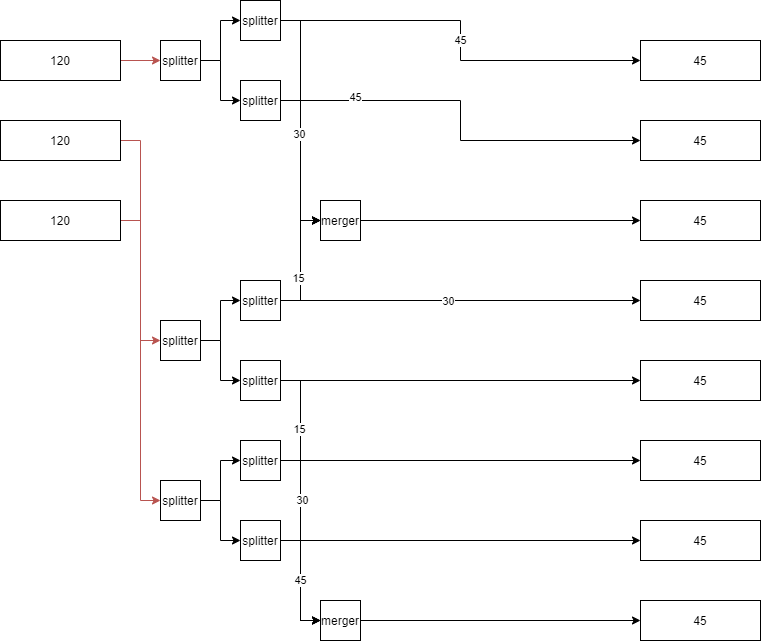
The draw.io diagram coal_gen_1.PNG in Mac898/Satisfactory-Supply-Chains, before a commit. Source tidied: cells renumbered, new cells last; positions are measured from the earlier drawing's top-left corner, leaving out a move shared by most shapes.
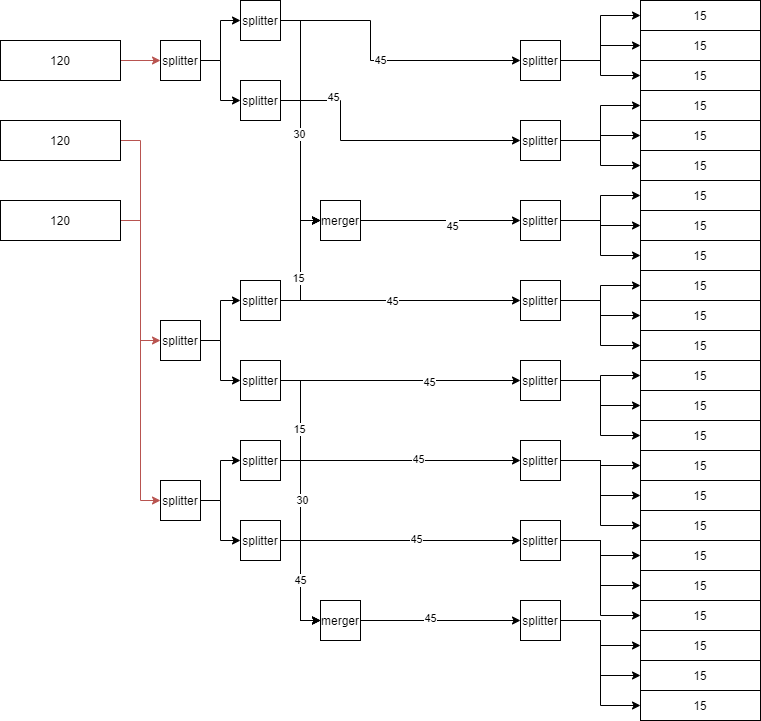
Above is the later version.

Commit message:
fix coal power

Change to the diagram source:
```diff
@@ -25,29 +25,29 @@
     <mxCell id="7" value="120" style="rounded=0;whiteSpace=wrap;html=1;" parent="1" vertex="1">
       <mxGeometry y="200" width="120" height="40" as="geometry" />
     </mxCell>
-    <mxCell id="8" value="45" style="rounded=0;whiteSpace=wrap;html=1;" parent="1" vertex="1">
-      <mxGeometry x="640" y="40" width="120" height="40" as="geometry" />
+    <mxCell id="8" value="15" style="rounded=0;whiteSpace=wrap;html=1;" parent="1" vertex="1">
+      <mxGeometry x="640" width="120" height="30" as="geometry" />
     </mxCell>
-    <mxCell id="9" value="45" style="rounded=0;whiteSpace=wrap;html=1;" parent="1" vertex="1">
-      <mxGeometry x="640" y="120" width="120" height="40" as="geometry" />
+    <mxCell id="9" value="15" style="rounded=0;whiteSpace=wrap;html=1;" parent="1" vertex="1">
+      <mxGeometry x="640" y="90" width="120" height="30" as="geometry" />
     </mxCell>
-    <mxCell id="10" value="45" style="rounded=0;whiteSpace=wrap;html=1;" parent="1" vertex="1">
-      <mxGeometry x="640" y="200" width="120" height="40" as="geometry" />
+    <mxCell id="10" value="15" style="rounded=0;whiteSpace=wrap;html=1;" parent="1" vertex="1">
+      <mxGeometry x="640" y="150" width="120" height="30" as="geometry" />
     </mxCell>
-    <mxCell id="11" value="45" style="rounded=0;whiteSpace=wrap;html=1;" parent="1" vertex="1">
-      <mxGeometry x="640" y="280" width="120" height="40" as="geometry" />
+    <mxCell id="11" value="15" style="rounded=0;whiteSpace=wrap;html=1;" parent="1" vertex="1">
+      <mxGeometry x="640" y="210" width="120" height="30" as="geometry" />
     </mxCell>
-    <mxCell id="12" value="45" style="rounded=0;whiteSpace=wrap;html=1;" parent="1" vertex="1">
-      <mxGeometry x="640" y="360" width="120" height="40" as="geometry" />
+    <mxCell id="12" value="15" style="rounded=0;whiteSpace=wrap;html=1;" parent="1" vertex="1">
+      <mxGeometry x="640" y="270" width="120" height="30" as="geometry" />
     </mxCell>
-    <mxCell id="13" value="45" style="rounded=0;whiteSpace=wrap;html=1;" parent="1" vertex="1">
-      <mxGeometry x="640" y="440" width="120" height="40" as="geometry" />
+    <mxCell id="13" value="15" style="rounded=0;whiteSpace=wrap;html=1;" parent="1" vertex="1">
+      <mxGeometry x="640" y="330" width="120" height="30" as="geometry" />
     </mxCell>
-    <mxCell id="14" value="45" style="rounded=0;whiteSpace=wrap;html=1;" parent="1" vertex="1">
-      <mxGeometry x="640" y="520" width="120" height="40" as="geometry" />
+    <mxCell id="14" value="15" style="rounded=0;whiteSpace=wrap;html=1;" parent="1" vertex="1">
+      <mxGeometry x="640" y="390" width="120" height="30" as="geometry" />
     </mxCell>
-    <mxCell id="15" value="45" style="rounded=0;whiteSpace=wrap;html=1;" parent="1" vertex="1">
-      <mxGeometry x="640" y="600" width="120" height="40" as="geometry" />
+    <mxCell id="15" value="15" style="rounded=0;whiteSpace=wrap;html=1;" parent="1" vertex="1">
+      <mxGeometry x="640" y="450" width="120" height="30" as="geometry" />
     </mxCell>
     <mxCell id="16" style="edgeStyle=orthogonalEdgeStyle;rounded=0;jettySize=auto;html=1;" parent="1" edge="1" source="18" target="33">
       <mxGeometry relative="1" as="geometry" />
@@ -76,8 +76,14 @@
     <mxCell id="24" value="splitter" style="rounded=0;whiteSpace=wrap;html=1;" parent="1" vertex="1">
       <mxGeometry x="160" y="480" width="40" height="40" as="geometry" />
     </mxCell>
-    <mxCell id="25" value="45" style="edgeStyle=orthogonalEdgeStyle;rounded=0;jettySize=auto;html=1;entryX=0;entryY=0.5;entryDx=0;entryDy=0;" parent="1" edge="1" source="27" target="8">
-      <mxGeometry relative="1" as="geometry" />
+    <mxCell id="25" value="45" style="edgeStyle=orthogonalEdgeStyle;rounded=0;jettySize=auto;html=1;" parent="1" edge="1" source="27">
+      <mxGeometry relative="1" as="geometry">
+        <mxPoint x="520" y="60" as="targetPoint" />
+        <Array as="points">
+          <mxPoint x="370" y="20" />
+          <mxPoint x="370" y="60" />
+        </Array>
+      </mxGeometry>
     </mxCell>
     <mxCell id="26" style="edgeStyle=orthogonalEdgeStyle;rounded=0;jettySize=auto;html=1;entryX=0;entryY=0.5;entryDx=0;entryDy=0;" parent="1" edge="1" source="27" target="51">
       <mxGeometry relative="1" as="geometry" />
@@ -85,8 +91,14 @@
     <mxCell id="27" value="splitter" style="rounded=0;whiteSpace=wrap;html=1;" parent="1" vertex="1">
       <mxGeometry x="240" width="40" height="40" as="geometry" />
     </mxCell>
-    <mxCell id="28" style="edgeStyle=orthogonalEdgeStyle;rounded=0;jettySize=auto;html=1;entryX=0;entryY=0.5;entryDx=0;entryDy=0;" parent="1" edge="1" source="33" target="9">
-      <mxGeometry relative="1" as="geometry" />
+    <mxCell id="28" style="edgeStyle=orthogonalEdgeStyle;rounded=0;jettySize=auto;html=1;" parent="1" edge="1" source="33">
+      <mxGeometry relative="1" as="geometry">
+        <mxPoint x="520" y="140" as="targetPoint" />
+        <Array as="points">
+          <mxPoint x="340" y="100" />
+          <mxPoint x="340" y="140" />
+        </Array>
+      </mxGeometry>
     </mxCell>
     <mxCell id="29" value="45" style="edgeLabel;html=1;align=center;verticalAlign=middle;" parent="28" vertex="1">
       <mxGeometry x="-0.63" y="4" relative="1" as="geometry" />
@@ -103,10 +115,12 @@
     <mxCell id="33" value="splitter" style="rounded=0;whiteSpace=wrap;html=1;" parent="1" vertex="1">
       <mxGeometry x="240" y="80" width="40" height="40" as="geometry" />
     </mxCell>
-    <mxCell id="34" style="edgeStyle=orthogonalEdgeStyle;rounded=0;jettySize=auto;html=1;entryX=0;entryY=0.5;entryDx=0;entryDy=0;" parent="1" edge="1" source="38" target="11">
-      <mxGeometry relative="1" as="geometry" />
+    <mxCell id="34" style="edgeStyle=orthogonalEdgeStyle;rounded=0;jettySize=auto;html=1;" parent="1" edge="1" source="38">
+      <mxGeometry relative="1" as="geometry">
+        <mxPoint x="520" y="300" as="targetPoint" />
+      </mxGeometry>
     </mxCell>
-    <mxCell id="35" value="30" style="edgeLabel;html=1;align=center;verticalAlign=middle;" parent="34" vertex="1">
+    <mxCell id="35" value="45" style="edgeLabel;html=1;align=center;verticalAlign=middle;" parent="34" vertex="1">
       <mxGeometry x="-0.07" relative="1" as="geometry" />
     </mxCell>
     <mxCell id="36" style="edgeStyle=orthogonalEdgeStyle;rounded=0;jettySize=auto;html=1;entryX=0;entryY=0.5;entryDx=0;entryDy=0;" parent="1" edge="1" source="38" target="51">
@@ -118,9 +132,14 @@
     <mxCell id="38" value="splitter" style="rounded=0;whiteSpace=wrap;html=1;" parent="1" vertex="1">
       <mxGeometry x="240" y="280" width="40" height="40" as="geometry" />
     </mxCell>
-    <mxCell id="39" style="edgeStyle=orthogonalEdgeStyle;rounded=0;jettySize=auto;html=1;entryX=0;entryY=0.5;entryDx=0;entryDy=0;" parent="1" edge="1" source="42" target="12">
-      <mxGeometry relative="1" as="geometry" />
+    <mxCell id="39" style="edgeStyle=orthogonalEdgeStyle;rounded=0;jettySize=auto;html=1;" parent="1" edge="1" source="42">
+      <mxGeometry relative="1" as="geometry">
+        <mxPoint x="520" y="380" as="targetPoint" />
+      </mxGeometry>
     </mxCell>
+    <mxCell id="54" value="45" style="edgeLabel;html=1;align=center;verticalAlign=middle;" parent="39" vertex="1">
+      <mxGeometry x="0.23" y="-1" relative="1" as="geometry" />
+    </mxCell>
     <mxCell id="40" style="edgeStyle=orthogonalEdgeStyle;rounded=0;jettySize=auto;html=1;entryX=0;entryY=0.5;entryDx=0;entryDy=0;" parent="1" edge="1" source="42" target="53">
       <mxGeometry relative="1" as="geometry" />
     </mxCell>
@@ -130,9 +149,14 @@
     <mxCell id="42" value="splitter" style="rounded=0;whiteSpace=wrap;html=1;" parent="1" vertex="1">
       <mxGeometry x="240" y="360" width="40" height="40" as="geometry" />
     </mxCell>
-    <mxCell id="43" style="edgeStyle=orthogonalEdgeStyle;rounded=0;jettySize=auto;html=1;" parent="1" edge="1" source="46" target="13">
-      <mxGeometry relative="1" as="geometry" />
+    <mxCell id="43" style="edgeStyle=orthogonalEdgeStyle;rounded=0;jettySize=auto;html=1;" parent="1" edge="1" source="46">
+      <mxGeometry relative="1" as="geometry">
+        <mxPoint x="520" y="460" as="targetPoint" />
+      </mxGeometry>
     </mxCell>
+    <mxCell id="55" value="45" style="edgeLabel;html=1;align=center;verticalAlign=middle;" parent="43" vertex="1">
+      <mxGeometry x="0.14" y="2" relative="1" as="geometry" />
+    </mxCell>
     <mxCell id="44" style="edgeStyle=orthogonalEdgeStyle;rounded=0;jettySize=auto;html=1;entryX=0;entryY=0.5;entryDx=0;entryDy=0;" parent="1" edge="1" source="46" target="53">
       <mxGeometry relative="1" as="geometry" />
     </mxCell>
@@ -142,26 +166,200 @@
     <mxCell id="46" value="splitter" style="rounded=0;whiteSpace=wrap;html=1;" parent="1" vertex="1">
       <mxGeometry x="240" y="440" width="40" height="40" as="geometry" />
     </mxCell>
-    <mxCell id="47" style="edgeStyle=orthogonalEdgeStyle;rounded=0;jettySize=auto;html=1;entryX=0;entryY=0.5;entryDx=0;entryDy=0;" parent="1" edge="1" source="49" target="14">
-      <mxGeometry relative="1" as="geometry" />
+    <mxCell id="47" style="edgeStyle=orthogonalEdgeStyle;rounded=0;jettySize=auto;html=1;" parent="1" edge="1" source="49">
+      <mxGeometry relative="1" as="geometry">
+        <mxPoint x="520" y="540" as="targetPoint" />
+      </mxGeometry>
     </mxCell>
+    <mxCell id="56" value="45" style="edgeLabel;html=1;align=center;verticalAlign=middle;" parent="47" vertex="1">
+      <mxGeometry x="0.12" y="2" relative="1" as="geometry" />
+    </mxCell>
     <mxCell id="48" value="45" style="edgeStyle=orthogonalEdgeStyle;rounded=0;jettySize=auto;html=1;entryX=0;entryY=0.5;entryDx=0;entryDy=0;" parent="1" edge="1" source="49" target="53">
       <mxGeometry relative="1" as="geometry" />
     </mxCell>
     <mxCell id="49" value="splitter" style="rounded=0;whiteSpace=wrap;html=1;" parent="1" vertex="1">
       <mxGeometry x="240" y="520" width="40" height="40" as="geometry" />
     </mxCell>
-    <mxCell id="50" style="edgeStyle=orthogonalEdgeStyle;rounded=0;jettySize=auto;html=1;" parent="1" edge="1" source="51" target="10">
-      <mxGeometry relative="1" as="geometry" />
+    <mxCell id="50" style="edgeStyle=orthogonalEdgeStyle;rounded=0;jettySize=auto;html=1;" parent="1" edge="1" source="51">
+      <mxGeometry relative="1" as="geometry">
+        <mxPoint x="520" y="220" as="targetPoint" />
+      </mxGeometry>
     </mxCell>
+    <mxCell id="57" value="45" style="edgeLabel;html=1;align=center;verticalAlign=middle;" parent="50" vertex="1">
+      <mxGeometry x="0.14" y="-5" relative="1" as="geometry" />
+    </mxCell>
     <mxCell id="51" value="merger" style="whiteSpace=wrap;html=1;" parent="1" vertex="1">
       <mxGeometry x="320" y="200" width="40" height="40" as="geometry" />
     </mxCell>
-    <mxCell id="52" style="edgeStyle=orthogonalEdgeStyle;rounded=0;jettySize=auto;html=1;entryX=0;entryY=0.5;entryDx=0;entryDy=0;" parent="1" edge="1" source="53" target="15">
-      <mxGeometry relative="1" as="geometry" />
+    <mxCell id="52" style="edgeStyle=orthogonalEdgeStyle;rounded=0;jettySize=auto;html=1;" parent="1" edge="1" source="53">
+      <mxGeometry relative="1" as="geometry">
+        <mxPoint x="520" y="620" as="targetPoint" />
+      </mxGeometry>
     </mxCell>
+    <mxCell id="58" value="45" style="edgeLabel;html=1;align=center;verticalAlign=middle;" parent="52" vertex="1">
+      <mxGeometry x="-0.14" y="3" relative="1" as="geometry" />
+    </mxCell>
     <mxCell id="53" value="merger" style="whiteSpace=wrap;html=1;" parent="1" vertex="1">
       <mxGeometry x="320" y="600" width="40" height="40" as="geometry" />
     </mxCell>
+    <mxCell id="59" style="edgeStyle=orthogonalEdgeStyle;rounded=0;jettySize=auto;html=1;entryX=0;entryY=0.5;entryDx=0;entryDy=0;" parent="1" edge="1" source="62" target="101">
+      <mxGeometry relative="1" as="geometry" />
+    </mxCell>
+    <mxCell id="60" style="edgeStyle=orthogonalEdgeStyle;rounded=0;jettySize=auto;html=1;entryX=0;entryY=0.5;entryDx=0;entryDy=0;" parent="1" edge="1" source="62" target="102">
+      <mxGeometry relative="1" as="geometry" />
+    </mxCell>
+    <mxCell id="61" style="edgeStyle=orthogonalEdgeStyle;rounded=0;jettySize=auto;html=1;entryX=0;entryY=0.5;entryDx=0;entryDy=0;" parent="1" edge="1" source="62" target="103">
+      <mxGeometry relative="1" as="geometry" />
+    </mxCell>
+    <mxCell id="62" value="splitter" style="rounded=0;whiteSpace=wrap;html=1;" parent="1" vertex="1">
+      <mxGeometry x="520" y="520" width="40" height="40" as="geometry" />
+    </mxCell>
+    <mxCell id="63" style="edgeStyle=orthogonalEdgeStyle;rounded=0;jettySize=auto;html=1;" parent="1" edge="1" source="66" target="104">
+      <mxGeometry relative="1" as="geometry" />
+    </mxCell>
+    <mxCell id="64" style="edgeStyle=orthogonalEdgeStyle;rounded=0;jettySize=auto;html=1;entryX=0;entryY=0.5;entryDx=0;entryDy=0;" parent="1" edge="1" source="66" target="105">
+      <mxGeometry relative="1" as="geometry" />
+    </mxCell>
+    <mxCell id="65" style="edgeStyle=orthogonalEdgeStyle;rounded=0;jettySize=auto;html=1;entryX=0;entryY=0.5;entryDx=0;entryDy=0;" parent="1" edge="1" source="66" target="106">
+      <mxGeometry relative="1" as="geometry" />
+    </mxCell>
+    <mxCell id="66" value="splitter" style="rounded=0;whiteSpace=wrap;html=1;" parent="1" vertex="1">
+      <mxGeometry x="520" y="600" width="40" height="40" as="geometry" />
+    </mxCell>
+    <mxCell id="67" style="edgeStyle=orthogonalEdgeStyle;rounded=0;jettySize=auto;html=1;entryX=0;entryY=0.5;entryDx=0;entryDy=0;" parent="1" edge="1" source="70" target="15">
+      <mxGeometry relative="1" as="geometry">
+        <Array as="points">
+          <mxPoint x="600" y="460" />
+          <mxPoint x="600" y="465" />
+        </Array>
+      </mxGeometry>
+    </mxCell>
+    <mxCell id="68" style="edgeStyle=orthogonalEdgeStyle;rounded=0;jettySize=auto;html=1;entryX=0;entryY=0.5;entryDx=0;entryDy=0;" parent="1" edge="1" source="70" target="99">
+      <mxGeometry relative="1" as="geometry" />
+    </mxCell>
+    <mxCell id="69" style="edgeStyle=orthogonalEdgeStyle;rounded=0;jettySize=auto;html=1;entryX=0;entryY=0.5;entryDx=0;entryDy=0;" parent="1" edge="1" source="70" target="100">
+      <mxGeometry relative="1" as="geometry">
+        <Array as="points">
+          <mxPoint x="600" y="460" />
+          <mxPoint x="600" y="525" />
+        </Array>
+      </mxGeometry>
+    </mxCell>
+    <mxCell id="70" value="splitter" style="rounded=0;whiteSpace=wrap;html=1;" parent="1" vertex="1">
+      <mxGeometry x="520" y="440" width="40" height="40" as="geometry" />
+    </mxCell>
+    <mxCell id="71" style="edgeStyle=orthogonalEdgeStyle;rounded=0;jettySize=auto;html=1;" parent="1" edge="1" source="74" target="97">
+      <mxGeometry relative="1" as="geometry" />
+    </mxCell>
+    <mxCell id="72" style="edgeStyle=orthogonalEdgeStyle;rounded=0;jettySize=auto;html=1;" parent="1" edge="1" source="74" target="14">
+      <mxGeometry relative="1" as="geometry" />
+    </mxCell>
+    <mxCell id="73" style="edgeStyle=orthogonalEdgeStyle;rounded=0;jettySize=auto;html=1;entryX=0;entryY=0.5;entryDx=0;entryDy=0;" parent="1" edge="1" source="74" target="98">
+      <mxGeometry relative="1" as="geometry" />
+    </mxCell>
+    <mxCell id="74" value="splitter" style="rounded=0;whiteSpace=wrap;html=1;" parent="1" vertex="1">
+      <mxGeometry x="520" y="360" width="40" height="40" as="geometry" />
+    </mxCell>
+    <mxCell id="75" style="edgeStyle=orthogonalEdgeStyle;rounded=0;jettySize=auto;html=1;entryX=0;entryY=0.5;entryDx=0;entryDy=0;" parent="1" edge="1" source="78" target="12">
+      <mxGeometry relative="1" as="geometry" />
+    </mxCell>
+    <mxCell id="76" style="edgeStyle=orthogonalEdgeStyle;rounded=0;jettySize=auto;html=1;" parent="1" edge="1" source="78" target="96">
+      <mxGeometry relative="1" as="geometry" />
+    </mxCell>
+    <mxCell id="77" style="edgeStyle=orthogonalEdgeStyle;rounded=0;jettySize=auto;html=1;entryX=0;entryY=0.5;entryDx=0;entryDy=0;" parent="1" edge="1" source="78" target="13">
+      <mxGeometry relative="1" as="geometry" />
+    </mxCell>
+    <mxCell id="78" value="splitter" style="rounded=0;whiteSpace=wrap;html=1;" parent="1" vertex="1">
+      <mxGeometry x="520" y="280" width="40" height="40" as="geometry" />
+    </mxCell>
+    <mxCell id="79" style="edgeStyle=orthogonalEdgeStyle;rounded=0;jettySize=auto;html=1;" parent="1" edge="1" source="82" target="94">
+      <mxGeometry relative="1" as="geometry" />
+    </mxCell>
+    <mxCell id="80" style="edgeStyle=orthogonalEdgeStyle;rounded=0;jettySize=auto;html=1;" parent="1" edge="1" source="82" target="11">
+      <mxGeometry relative="1" as="geometry" />
+    </mxCell>
+    <mxCell id="81" style="edgeStyle=orthogonalEdgeStyle;rounded=0;jettySize=auto;html=1;" parent="1" edge="1" source="82" target="95">
+      <mxGeometry relative="1" as="geometry" />
+    </mxCell>
+    <mxCell id="82" value="splitter" style="rounded=0;whiteSpace=wrap;html=1;" parent="1" vertex="1">
+      <mxGeometry x="520" y="200" width="40" height="40" as="geometry" />
+    </mxCell>
+    <mxCell id="83" style="edgeStyle=orthogonalEdgeStyle;rounded=0;jettySize=auto;html=1;" parent="1" edge="1" source="86" target="9">
+      <mxGeometry relative="1" as="geometry" />
+    </mxCell>
+    <mxCell id="84" style="edgeStyle=orthogonalEdgeStyle;rounded=0;jettySize=auto;html=1;" parent="1" edge="1" source="86" target="93">
+      <mxGeometry relative="1" as="geometry" />
+    </mxCell>
+    <mxCell id="85" style="edgeStyle=orthogonalEdgeStyle;rounded=0;jettySize=auto;html=1;entryX=0;entryY=0.5;entryDx=0;entryDy=0;" parent="1" edge="1" source="86" target="10">
+      <mxGeometry relative="1" as="geometry" />
+    </mxCell>
+    <mxCell id="86" value="splitter" style="rounded=0;whiteSpace=wrap;html=1;" parent="1" vertex="1">
+      <mxGeometry x="520" y="120" width="40" height="40" as="geometry" />
+    </mxCell>
+    <mxCell id="87" style="edgeStyle=orthogonalEdgeStyle;rounded=0;jettySize=auto;html=1;" parent="1" edge="1" source="90" target="8">
+      <mxGeometry relative="1" as="geometry">
+        <Array as="points">
+          <mxPoint x="600" y="60" />
+          <mxPoint x="600" y="15" />
+        </Array>
+      </mxGeometry>
+    </mxCell>
+    <mxCell id="88" style="edgeStyle=orthogonalEdgeStyle;rounded=0;jettySize=auto;html=1;entryX=0;entryY=0.5;entryDx=0;entryDy=0;" parent="1" edge="1" source="90" target="91">
+      <mxGeometry relative="1" as="geometry" />
+    </mxCell>
+    <mxCell id="89" style="edgeStyle=orthogonalEdgeStyle;rounded=0;jettySize=auto;html=1;" parent="1" edge="1" source="90" target="92">
+      <mxGeometry relative="1" as="geometry" />
+    </mxCell>
+    <mxCell id="90" value="splitter" style="rounded=0;whiteSpace=wrap;html=1;" parent="1" vertex="1">
+      <mxGeometry x="520" y="40" width="40" height="40" as="geometry" />
+    </mxCell>
+    <mxCell id="91" value="15" style="rounded=0;whiteSpace=wrap;html=1;" parent="1" vertex="1">
+      <mxGeometry x="640" y="30" width="120" height="30" as="geometry" />
+    </mxCell>
+    <mxCell id="92" value="15" style="rounded=0;whiteSpace=wrap;html=1;" parent="1" vertex="1">
+      <mxGeometry x="640" y="60" width="120" height="30" as="geometry" />
+    </mxCell>
+    <mxCell id="93" value="15" style="rounded=0;whiteSpace=wrap;html=1;" parent="1" vertex="1">
+      <mxGeometry x="640" y="120" width="120" height="30" as="geometry" />
+    </mxCell>
+    <mxCell id="94" value="15" style="rounded=0;whiteSpace=wrap;html=1;" parent="1" vertex="1">
+      <mxGeometry x="640" y="180" width="120" height="30" as="geometry" />
+    </mxCell>
+    <mxCell id="95" value="15" style="rounded=0;whiteSpace=wrap;html=1;" parent="1" vertex="1">
+      <mxGeometry x="640" y="240" width="120" height="30" as="geometry" />
+    </mxCell>
+    <mxCell id="96" value="15" style="rounded=0;whiteSpace=wrap;html=1;" parent="1" vertex="1">
+      <mxGeometry x="640" y="300" width="120" height="30" as="geometry" />
+    </mxCell>
+    <mxCell id="97" value="15" style="rounded=0;whiteSpace=wrap;html=1;" parent="1" vertex="1">
+      <mxGeometry x="640" y="360" width="120" height="30" as="geometry" />
+    </mxCell>
+    <mxCell id="98" value="15" style="rounded=0;whiteSpace=wrap;html=1;" parent="1" vertex="1">
+      <mxGeometry x="640" y="420" width="120" height="30" as="geometry" />
+    </mxCell>
+    <mxCell id="99" value="15" style="rounded=0;whiteSpace=wrap;html=1;" parent="1" vertex="1">
+      <mxGeometry x="640" y="480" width="120" height="30" as="geometry" />
+    </mxCell>
+    <mxCell id="100" value="15" style="rounded=0;whiteSpace=wrap;html=1;" parent="1" vertex="1">
+      <mxGeometry x="640" y="510" width="120" height="30" as="geometry" />
+    </mxCell>
+    <mxCell id="101" value="15" style="rounded=0;whiteSpace=wrap;html=1;" parent="1" vertex="1">
+      <mxGeometry x="640" y="540" width="120" height="30" as="geometry" />
+    </mxCell>
+    <mxCell id="102" value="15" style="rounded=0;whiteSpace=wrap;html=1;" parent="1" vertex="1">
+      <mxGeometry x="640" y="570" width="120" height="30" as="geometry" />
+    </mxCell>
+    <mxCell id="103" value="15" style="rounded=0;whiteSpace=wrap;html=1;" parent="1" vertex="1">
+      <mxGeometry x="640" y="600" width="120" height="30" as="geometry" />
+    </mxCell>
+    <mxCell id="104" value="15" style="rounded=0;whiteSpace=wrap;html=1;" parent="1" vertex="1">
+      <mxGeometry x="640" y="630" width="120" height="30" as="geometry" />
+    </mxCell>
+    <mxCell id="105" value="15" style="rounded=0;whiteSpace=wrap;html=1;" parent="1" vertex="1">
+      <mxGeometry x="640" y="660" width="120" height="30" as="geometry" />
+    </mxCell>
+    <mxCell id="106" value="15" style="rounded=0;whiteSpace=wrap;html=1;" parent="1" vertex="1">
+      <mxGeometry x="640" y="690" width="120" height="30" as="geometry" />
+    </mxCell>
   </root>
 </mxGraphModel>
```
